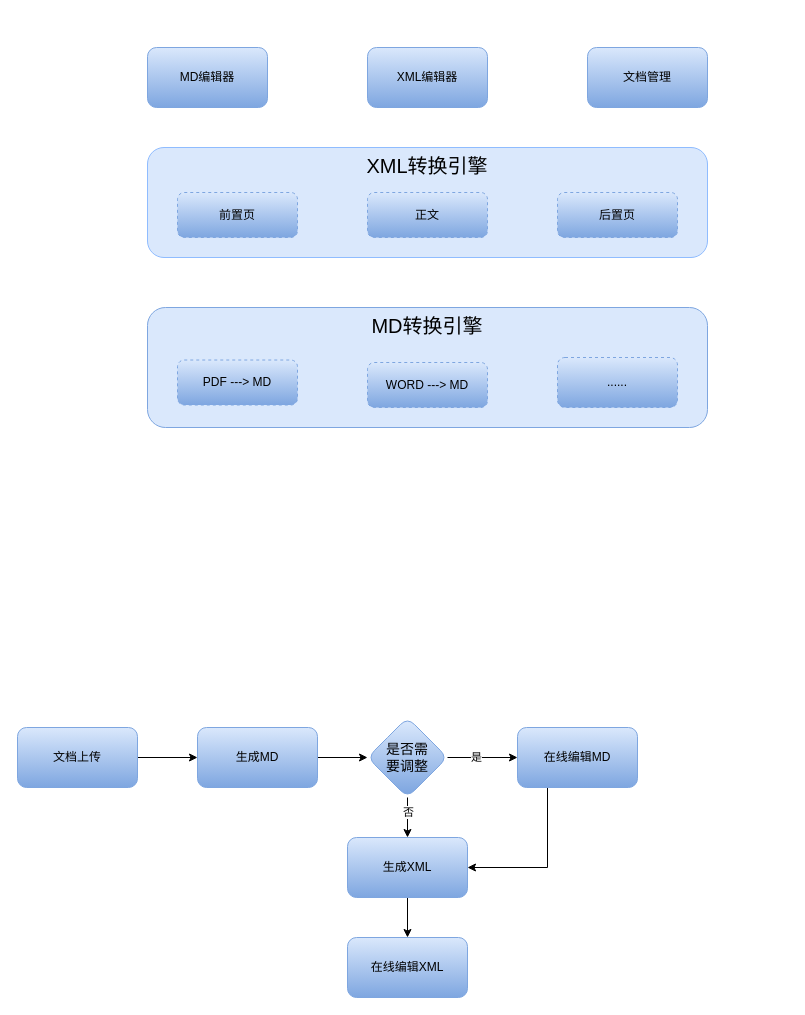
Earlier version of the draw.io diagram 标准数字化项目.drawio (z-cloud-z/draw). Source tidied: cells renumbered, new cells numbered last; positions are measured from the earlier drawing's top-left corner, leaving out a move shared by most shapes. Both pictures are drawn from the tidied source at 100%, with x=0, y=0 at pixel (17, 47).
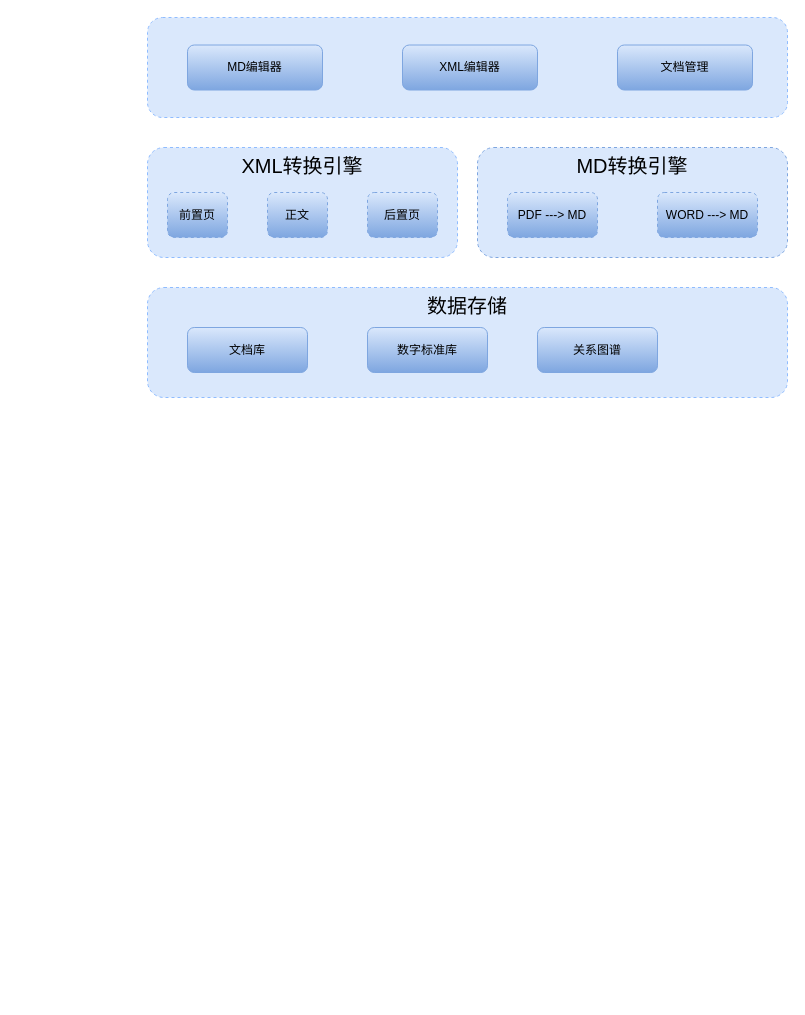
The same diagram, later.

Commit message:
更新标准数字化项目.drawio

Diff of the diagram source:
```diff
@@
+    <mxCell id="27" style="rounded=1;whiteSpace=wrap;html=1;verticalAlign=top;fontSize=20;fillColor=#dae8fc;strokeColor=#8FBCFF;dashed=1;" parent="1" vertex="1">
+      <mxGeometry x="130" y="-30" width="640" height="100" as="geometry" />
+    </mxCell>
     <mxCell id="2" value="MD编辑器" style="rounded=1;whiteSpace=wrap;html=1;fillColor=#dae8fc;gradientColor=#7ea6e0;strokeColor=#7EA6E0;" parent="1" vertex="1">
-      <mxGeometry x="130" width="120" height="60" as="geometry" />
+      <mxGeometry x="170" y="-2.5" width="135" height="45" as="geometry" />
     </mxCell>
     <mxCell id="3" value="XML编辑器" style="rounded=1;whiteSpace=wrap;html=1;fillColor=#dae8fc;gradientColor=#7ea6e0;strokeColor=#7EA6E0;" parent="1" vertex="1">
-      <mxGeometry x="350" width="120" height="60" as="geometry" />
+      <mxGeometry x="385" y="-2.5" width="135" height="45" as="geometry" />
     </mxCell>
-    <mxCell id="4" value="MD转换引擎" style="rounded=1;whiteSpace=wrap;html=1;verticalAlign=top;fontSize=20;fillColor=#dae8fc;strokeColor=#7EA6E0;" parent="1" vertex="1">
-      <mxGeometry x="130" y="260" width="560" height="120" as="geometry" />
+    <mxCell id="4" value="MD转换引擎" style="rounded=1;whiteSpace=wrap;html=1;verticalAlign=top;fontSize=20;fillColor=#dae8fc;strokeColor=#7EA6E0;dashed=1;" parent="1" vertex="1">
+      <mxGeometry x="460" y="100" width="310" height="110" as="geometry" />
     </mxCell>
     <mxCell id="5" value="PDF ---&amp;gt; MD" style="rounded=1;whiteSpace=wrap;html=1;fillColor=#dae8fc;strokeColor=#7EA6E0;gradientColor=#7ea6e0;dashed=1;" parent="1" vertex="1">
-      <mxGeometry x="160" y="312.5" width="120" height="45" as="geometry" />
+      <mxGeometry x="490" y="145" width="90" height="45" as="geometry" />
     </mxCell>
     <mxCell id="6" value="WORD ---&amp;gt; MD" style="rounded=1;whiteSpace=wrap;html=1;fillColor=#dae8fc;gradientColor=#7ea6e0;strokeColor=#7EA6E0;dashed=1;" parent="1" vertex="1">
-      <mxGeometry x="350" y="315" width="120" height="45" as="geometry" />
+      <mxGeometry x="640" y="145" width="100" height="45" as="geometry" />
     </mxCell>
-    <mxCell id="7" value="......" style="rounded=1;whiteSpace=wrap;html=1;fillColor=#dae8fc;gradientColor=#7ea6e0;strokeColor=#7EA6E0;dashed=1;flipV=0;" parent="1" vertex="1">
-      <mxGeometry x="540" y="310" width="120" height="50" as="geometry" />
-    </mxCell>
     <mxCell id="8" value="文档管理" style="rounded=1;whiteSpace=wrap;html=1;fillColor=#dae8fc;gradientColor=#7ea6e0;strokeColor=#7EA6E0;" parent="1" vertex="1">
-      <mxGeometry x="570" width="120" height="60" as="geometry" />
+      <mxGeometry x="600" y="-2.5" width="135" height="45" as="geometry" />
     </mxCell>
-    <mxCell id="9" value="XML转换引擎" style="rounded=1;whiteSpace=wrap;html=1;verticalAlign=top;fontSize=20;fillColor=#dae8fc;strokeColor=#8FBCFF;" parent="1" vertex="1">
-      <mxGeometry x="130" y="100" width="560" height="110" as="geometry" />
+    <mxCell id="9" value="XML转换引擎" style="rounded=1;whiteSpace=wrap;html=1;verticalAlign=top;fontSize=20;fillColor=#dae8fc;strokeColor=#8FBCFF;dashed=1;" parent="1" vertex="1">
+      <mxGeometry x="130" y="100" width="310" height="110" as="geometry" />
     </mxCell>
     <mxCell id="10" value="前置页" style="rounded=1;whiteSpace=wrap;html=1;fillColor=#dae8fc;strokeColor=#7EA6E0;gradientColor=#7ea6e0;dashed=1;" parent="1" vertex="1">
-      <mxGeometry x="160" y="145" width="120" height="45" as="geometry" />
+      <mxGeometry x="150" y="145" width="60" height="45" as="geometry" />
     </mxCell>
     <mxCell id="11" value="正文" style="rounded=1;whiteSpace=wrap;html=1;fillColor=#dae8fc;strokeColor=#7EA6E0;gradientColor=#7ea6e0;dashed=1;" parent="1" vertex="1">
-      <mxGeometry x="350" y="145" width="120" height="45" as="geometry" />
+      <mxGeometry x="250" y="145" width="60" height="45" as="geometry" />
     </mxCell>
     <mxCell id="12" value="后置页" style="rounded=1;whiteSpace=wrap;html=1;fillColor=#dae8fc;strokeColor=#7EA6E0;gradientColor=#7ea6e0;dashed=1;" parent="1" vertex="1">
-      <mxGeometry x="540" y="145" width="120" height="45" as="geometry" />
+      <mxGeometry x="350" y="145" width="70" height="45" as="geometry" />
     </mxCell>
-    <mxCell id="13" style="edgeStyle=orthogonalEdgeStyle;rounded=0;jettySize=auto;html=1;" parent="1" edge="1" source="14" target="16">
-      <mxGeometry relative="1" as="geometry" />
-    </mxCell>
-    <mxCell id="14" value="文档上传" style="rounded=1;whiteSpace=wrap;html=1;fillColor=#dae8fc;gradientColor=#7ea6e0;strokeColor=#7EA6E0;" parent="1" vertex="1">
-      <mxGeometry y="680" width="120" height="60" as="geometry" />
-    </mxCell>
-    <mxCell id="15" style="edgeStyle=orthogonalEdgeStyle;rounded=0;jettySize=auto;html=1;" parent="1" edge="1" source="16" target="21">
-      <mxGeometry relative="1" as="geometry" />
-    </mxCell>
-    <mxCell id="16" value="生成MD" style="rounded=1;whiteSpace=wrap;html=1;fillColor=#dae8fc;gradientColor=#7ea6e0;strokeColor=#7EA6E0;" parent="1" vertex="1">
-      <mxGeometry x="180" y="680" width="120" height="60" as="geometry" />
-    </mxCell>
-    <mxCell id="17" style="edgeStyle=orthogonalEdgeStyle;rounded=0;jettySize=auto;html=1;" parent="1" edge="1" source="21" target="23">
-      <mxGeometry relative="1" as="geometry" />
-    </mxCell>
-    <mxCell id="18" value="否" style="edgeLabel;html=1;align=center;verticalAlign=middle;" parent="17" vertex="1">
-      <mxGeometry x="-0.31" y="-4" relative="1" as="geometry">
-        <mxPoint x="4" as="offset" />
-      </mxGeometry>
-    </mxCell>
-    <mxCell id="19" style="edgeStyle=orthogonalEdgeStyle;rounded=0;jettySize=auto;html=1;" parent="1" edge="1" source="21" target="25">
-      <mxGeometry relative="1" as="geometry" />
-    </mxCell>
-    <mxCell id="20" value="是" style="edgeLabel;html=1;align=center;verticalAlign=middle;" parent="19" vertex="1">
-      <mxGeometry x="-0.2" y="1" relative="1" as="geometry" />
-    </mxCell>
-    <mxCell id="21" value="&lt;font style=&quot;font-size: 14px;&quot;&gt;是否需&lt;/font&gt;&lt;div&gt;&lt;font style=&quot;font-size: 14px;&quot;&gt;要调整&lt;/font&gt;&lt;/div&gt;" style="rhombus;whiteSpace=wrap;html=1;fillColor=#dae8fc;strokeColor=#7EA6E0;rounded=1;gradientColor=#7ea6e0;" parent="1" vertex="1">
-      <mxGeometry x="350" y="670" width="80" height="80" as="geometry" />
-    </mxCell>
-    <mxCell id="22" style="edgeStyle=orthogonalEdgeStyle;rounded=0;jettySize=auto;html=1;" parent="1" edge="1" source="23" target="26">
-      <mxGeometry relative="1" as="geometry" />
-    </mxCell>
-    <mxCell id="23" value="生成XML" style="whiteSpace=wrap;html=1;fillColor=#dae8fc;strokeColor=#7EA6E0;rounded=1;gradientColor=#7ea6e0;" parent="1" vertex="1">
-      <mxGeometry x="330" y="790" width="120" height="60" as="geometry" />
-    </mxCell>
-    <mxCell id="24" style="edgeStyle=orthogonalEdgeStyle;rounded=0;jettySize=auto;html=1;entryX=1;entryY=0.5;entryDx=0;entryDy=0;" parent="1" edge="1" source="25" target="23">
-      <mxGeometry relative="1" as="geometry">
-        <Array as="points">
-          <mxPoint x="530" y="820" />
-        </Array>
-      </mxGeometry>
-    </mxCell>
-    <mxCell id="25" value="在线编辑MD" style="whiteSpace=wrap;html=1;fillColor=#dae8fc;strokeColor=#7EA6E0;rounded=1;gradientColor=#7ea6e0;" parent="1" vertex="1">
-      <mxGeometry x="500" y="680" width="120" height="60" as="geometry" />
-    </mxCell>
-    <mxCell id="26" value="在线编辑XML" style="whiteSpace=wrap;html=1;fillColor=#dae8fc;strokeColor=#7EA6E0;rounded=1;gradientColor=#7ea6e0;" parent="1" vertex="1">
-      <mxGeometry x="330" y="890" width="120" height="60" as="geometry" />
-    </mxCell>
+    <mxCell id="28" value="数据存储" style="rounded=1;whiteSpace=wrap;html=1;verticalAlign=top;fontSize=20;fillColor=#dae8fc;strokeColor=#8FBCFF;dashed=1;" parent="1" vertex="1">
+      <mxGeometry x="130" y="240" width="640" height="110" as="geometry" />
+    </mxCell>
+    <mxCell id="29" value="文档库" style="rounded=1;whiteSpace=wrap;html=1;fillColor=#dae8fc;gradientColor=#7ea6e0;strokeColor=#7EA6E0;" parent="1" vertex="1">
+      <mxGeometry x="170" y="280" width="120" height="45" as="geometry" />
+    </mxCell>
+    <mxCell id="30" value="数字标准库" style="rounded=1;whiteSpace=wrap;html=1;fillColor=#dae8fc;gradientColor=#7ea6e0;strokeColor=#7EA6E0;" parent="1" vertex="1">
+      <mxGeometry x="350" y="280" width="120" height="45" as="geometry" />
+    </mxCell>
+    <mxCell id="31" value="关系图谱" style="rounded=1;whiteSpace=wrap;html=1;fillColor=#dae8fc;gradientColor=#7ea6e0;strokeColor=#7EA6E0;" parent="1" vertex="1">
+      <mxGeometry x="520" y="280" width="120" height="45" as="geometry" />
+    </mxCell>
```
